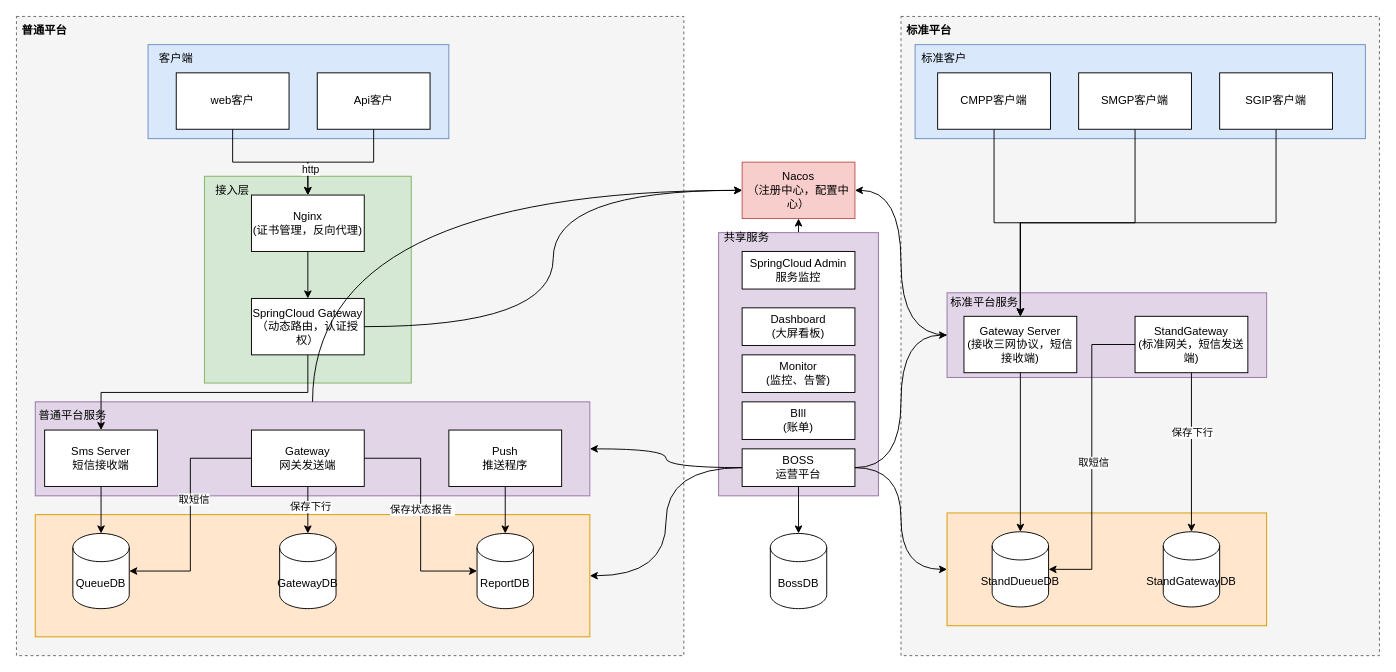
sinfar/draw keeps this draw.io diagram as 秒信云平台架构.drawio. Above is the earlier version. Source tidied: cells renumbered, new cells numbered last; positions are measured from the earlier drawing's top-left corner, leaving out a move shared by most shapes. Both pictures are drawn from the tidied source at 94%, with x=0, y=0 at pixel (16, 16).
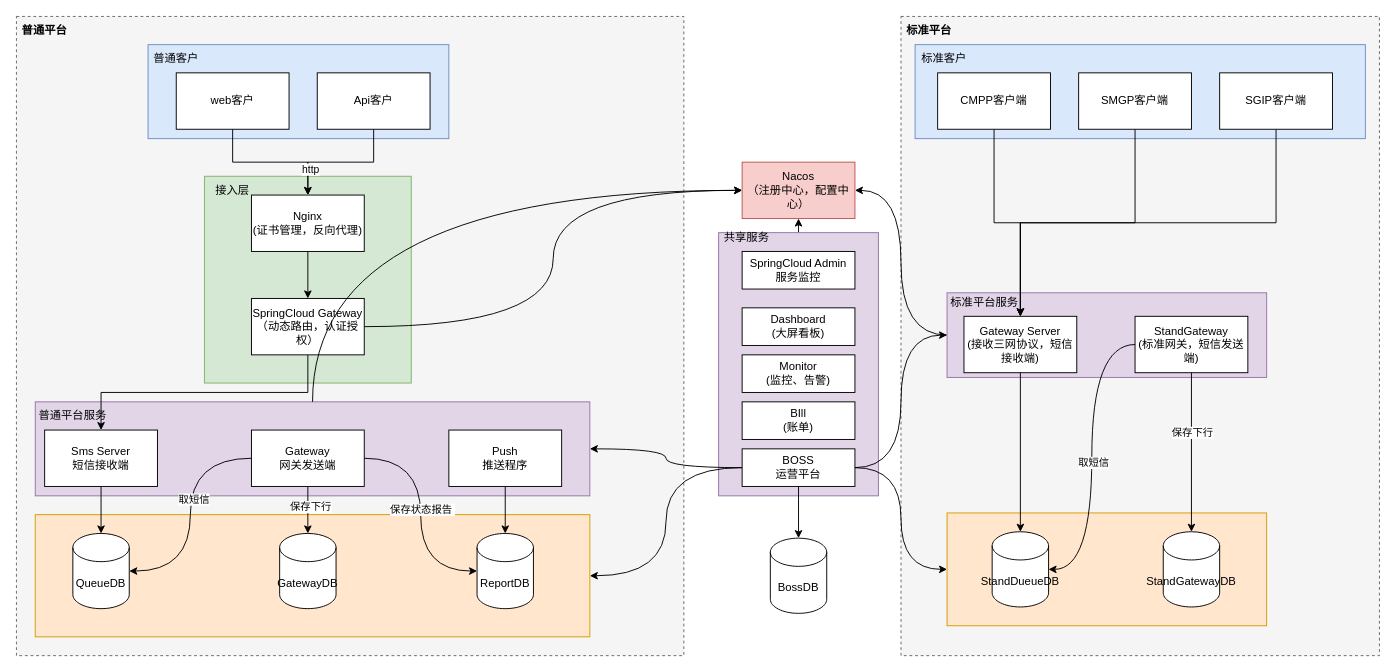
Above is the later version.

Commit message (it also covers changes not shown here):
更新秒信云平台架构.drawio

Unchanged cells that the change refers to:
```xml
<mxCell id="26" value="QueueDB" style="shape=cylinder3;whiteSpace=wrap;html=1;boundedLbl=1;backgroundOutline=1;size=15;" parent="1" vertex="1">
  <mxGeometry x="60" y="550" width="60" height="80" as="geometry" />
</mxCell>
<mxCell id="30" value="Gateway&lt;br&gt;网关发送端" style="rounded=0;whiteSpace=wrap;html=1;" parent="1" vertex="1">
  <mxGeometry x="250" y="440" width="120" height="60" as="geometry" />
</mxCell>
<mxCell id="31" value="ReportDB" style="shape=cylinder3;whiteSpace=wrap;html=1;boundedLbl=1;backgroundOutline=1;size=15;" parent="1" vertex="1">
  <mxGeometry x="490" y="550" width="60" height="80" as="geometry" />
</mxCell>
<mxCell id="64" value="StandGateway&lt;br&gt;(标准网关，短信发送端)" style="rounded=0;whiteSpace=wrap;html=1;" parent="1" vertex="1">
  <mxGeometry x="1190" y="319" width="120" height="60" as="geometry" />
</mxCell>
<mxCell id="65" value="StandDueueDB" style="shape=cylinder3;whiteSpace=wrap;html=1;boundedLbl=1;backgroundOutline=1;size=15;" parent="1" vertex="1">
  <mxGeometry x="1038" y="548.2" width="60" height="80" as="geometry" />
</mxCell>
```

The edit, as a diff of the source:
```diff
@@
     <mxCell id="33" value="BossDB" style="shape=cylinder3;whiteSpace=wrap;html=1;boundedLbl=1;backgroundOutline=1;size=15;" parent="1" vertex="1">
-      <mxGeometry x="802" y="550" width="60" height="80" as="geometry" />
+      <mxGeometry x="802" y="555" width="60" height="80" as="geometry" />
     </mxCell>
@@
-    <mxCell id="36" value="客户端" style="text;html=1;align=center;verticalAlign=middle;whiteSpace=wrap;rounded=0;" parent="1" vertex="1">
+    <mxCell id="36" value="普通客户" style="text;html=1;align=center;verticalAlign=middle;whiteSpace=wrap;rounded=0;" parent="1" vertex="1">
       <mxGeometry x="140" y="30" width="60" height="30" as="geometry" />
     </mxCell>
@@
-    <mxCell id="55" style="edgeStyle=orthogonalEdgeStyle;rounded=0;jettySize=auto;html=1;exitX=0;exitY=0.5;exitDx=0;exitDy=0;entryX=1;entryY=0.5;entryDx=0;entryDy=0;entryPerimeter=0;" parent="1" edge="1" source="30" target="26">
+    <mxCell id="55" style="edgeStyle=orthogonalEdgeStyle;rounded=0;jettySize=auto;html=1;exitX=0;exitY=0.5;exitDx=0;exitDy=0;entryX=1;entryY=0.5;entryDx=0;entryDy=0;entryPerimeter=0;curved=1;" parent="1" edge="1" source="30" target="26">
       <mxGeometry relative="1" as="geometry" />
     </mxCell>
@@
-    <mxCell id="57" style="edgeStyle=orthogonalEdgeStyle;rounded=0;jettySize=auto;html=1;exitX=1;exitY=0.5;exitDx=0;exitDy=0;entryX=0;entryY=0.5;entryDx=0;entryDy=0;entryPerimeter=0;" parent="1" edge="1" source="30" target="31">
+    <mxCell id="57" style="edgeStyle=orthogonalEdgeStyle;rounded=0;jettySize=auto;html=1;exitX=1;exitY=0.5;exitDx=0;exitDy=0;entryX=0;entryY=0.5;entryDx=0;entryDy=0;entryPerimeter=0;curved=1;" parent="1" edge="1" source="30" target="31">
       <mxGeometry relative="1" as="geometry" />
     </mxCell>
@@
-    <mxCell id="70" style="edgeStyle=orthogonalEdgeStyle;rounded=0;jettySize=auto;html=1;exitX=0;exitY=0.5;exitDx=0;exitDy=0;entryX=1;entryY=0.5;entryDx=0;entryDy=0;entryPerimeter=0;" parent="1" edge="1" source="64" target="65">
+    <mxCell id="70" style="edgeStyle=orthogonalEdgeStyle;rounded=0;jettySize=auto;html=1;exitX=0;exitY=0.5;exitDx=0;exitDy=0;entryX=1;entryY=0.5;entryDx=0;entryDy=0;entryPerimeter=0;curved=1;" parent="1" edge="1" source="64" target="65">
       <mxGeometry relative="1" as="geometry" />
     </mxCell>
```
